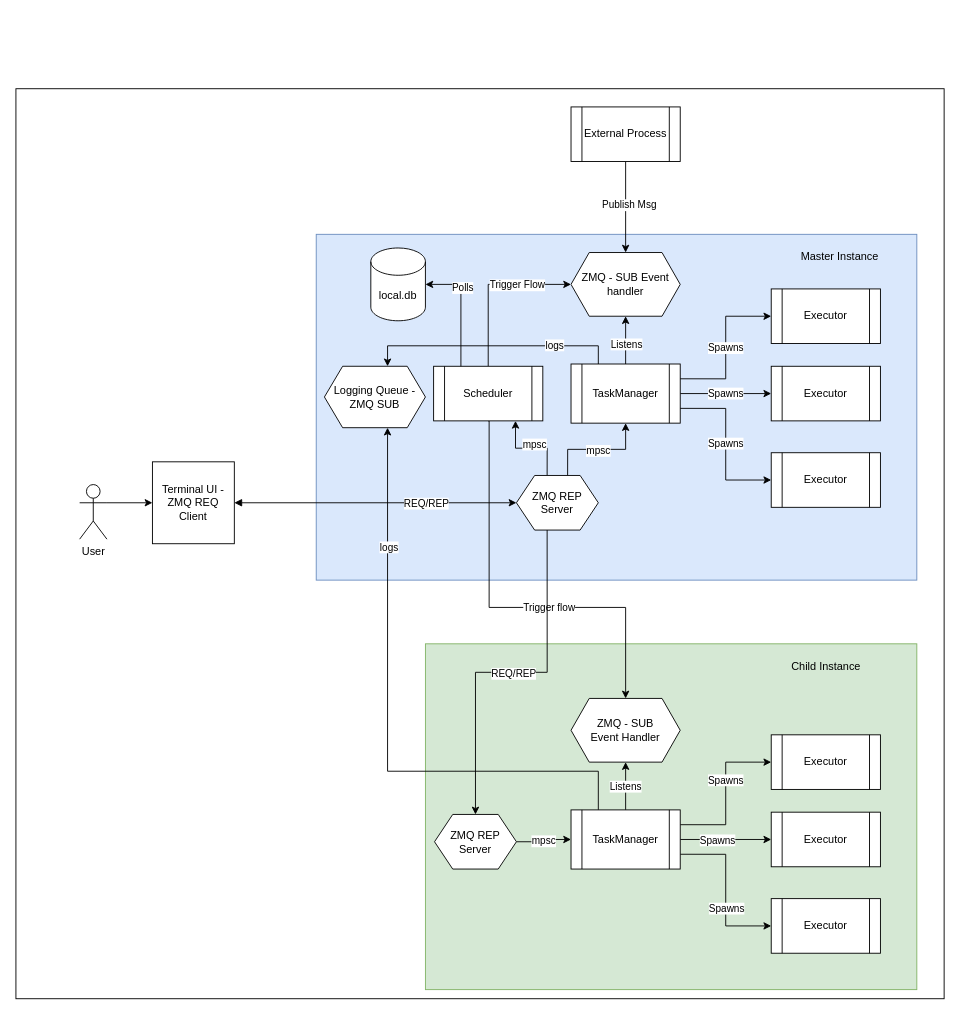
nicelgueta/cdktr keeps this draw.io diagram as Conducktor Architecture.drawio. Above is the earlier version. Source tidied: cells renumbered, new cells numbered last; positions are measured from the earlier drawing's top-left corner, leaving out a move shared by most shapes. Both pictures are drawn from the tidied source at 91%, with x=0, y=0 at pixel (15, 88).
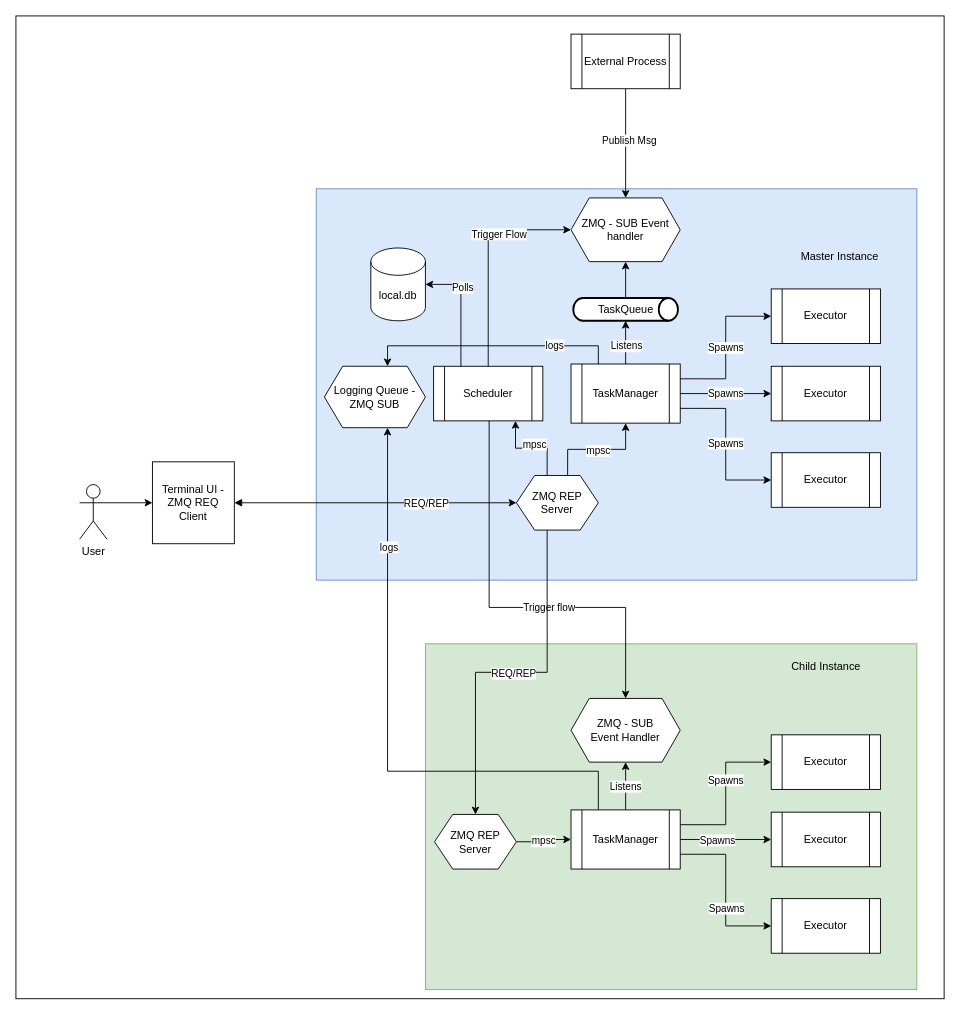
Above is the later version.

Unchanged cells that the change refers to:
```xml
<mxCell id="16" value="TaskManager" style="shape=process;whiteSpace=wrap;html=1;backgroundOutline=1;" parent="1" vertex="1">
  <mxGeometry x="610" y="302.5" width="120" height="65" as="geometry" />
</mxCell>
```

Change to the diagram source:
```diff
@@
     <mxCell id="2" style="rounded=0;whiteSpace=wrap;html=1;align=right;shadow=0;" parent="1" vertex="1">
-      <mxGeometry width="1020" height="1000" as="geometry" />
+      <mxGeometry y="-80" width="1020" height="1080" as="geometry" />
     </mxCell>
@@
     <mxCell id="4" style="rounded=0;whiteSpace=wrap;html=1;align=right;fillColor=#dae8fc;strokeColor=#6c8ebf;" parent="1" vertex="1">
-      <mxGeometry x="330" y="160" width="660" height="380" as="geometry" />
+      <mxGeometry x="330" y="110" width="660" height="430" as="geometry" />
     </mxCell>
@@
-    <mxCell id="12" style="edgeStyle=orthogonalEdgeStyle;rounded=0;jettySize=auto;html=1;exitX=0.5;exitY=0;exitDx=0;exitDy=0;entryX=0.5;entryY=1;entryDx=0;entryDy=0;" parent="1" edge="1" source="16" target="18">
+    <mxCell id="12" style="edgeStyle=orthogonalEdgeStyle;rounded=0;jettySize=auto;html=1;exitX=0.5;exitY=0;exitDx=0;exitDy=0;entryX=0.5;entryY=1;entryDx=0;entryDy=0;entryPerimeter=0;" parent="1" edge="1" source="16" target="63">
       <mxGeometry relative="1" as="geometry" />
     </mxCell>
@@
     <mxCell id="18" value="ZMQ - SUB Event handler" style="shape=hexagon;perimeter=hexagonPerimeter2;whiteSpace=wrap;html=1;fixedSize=1;" parent="1" vertex="1">
-      <mxGeometry x="610" y="180" width="120" height="70" as="geometry" />
+      <mxGeometry x="610" y="120" width="120" height="70" as="geometry" />
     </mxCell>
@@
     <mxCell id="21" value="External Process" style="shape=process;whiteSpace=wrap;html=1;backgroundOutline=1;" parent="1" vertex="1">
-      <mxGeometry x="610" y="20" width="120" height="60" as="geometry" />
+      <mxGeometry x="610" y="-60" width="120" height="60" as="geometry" />
     </mxCell>
@@
+    <mxCell id="62" style="edgeStyle=orthogonalEdgeStyle;rounded=0;jettySize=auto;html=1;" parent="1" edge="1" source="63" target="18">
+      <mxGeometry relative="1" as="geometry" />
+    </mxCell>
+    <mxCell id="63" value="TaskQueue" style="strokeWidth=2;html=1;shape=mxgraph.flowchart.direct_data;whiteSpace=wrap;" parent="1" vertex="1">
+      <mxGeometry x="612.5" y="230" width="115" height="25" as="geometry" />
+    </mxCell>
```
